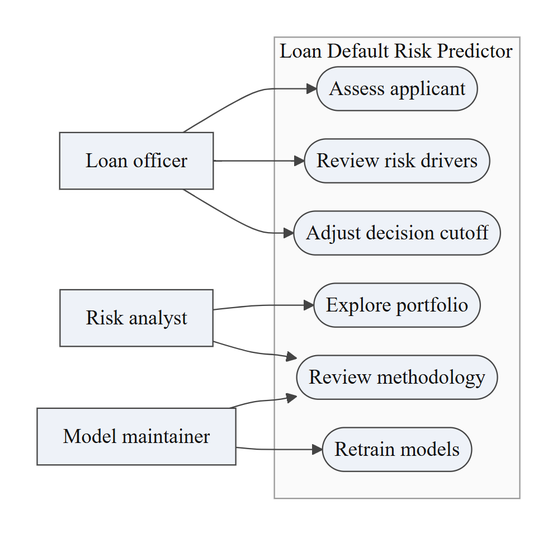
This is report/assets/figures/fig-3-6-usecase.png from gursimrannkaurr/credoscore, a Mermaid export, as it was before one commit. Its source is kept beside it as report/diagrams/fig-3-6-usecase.mmd.
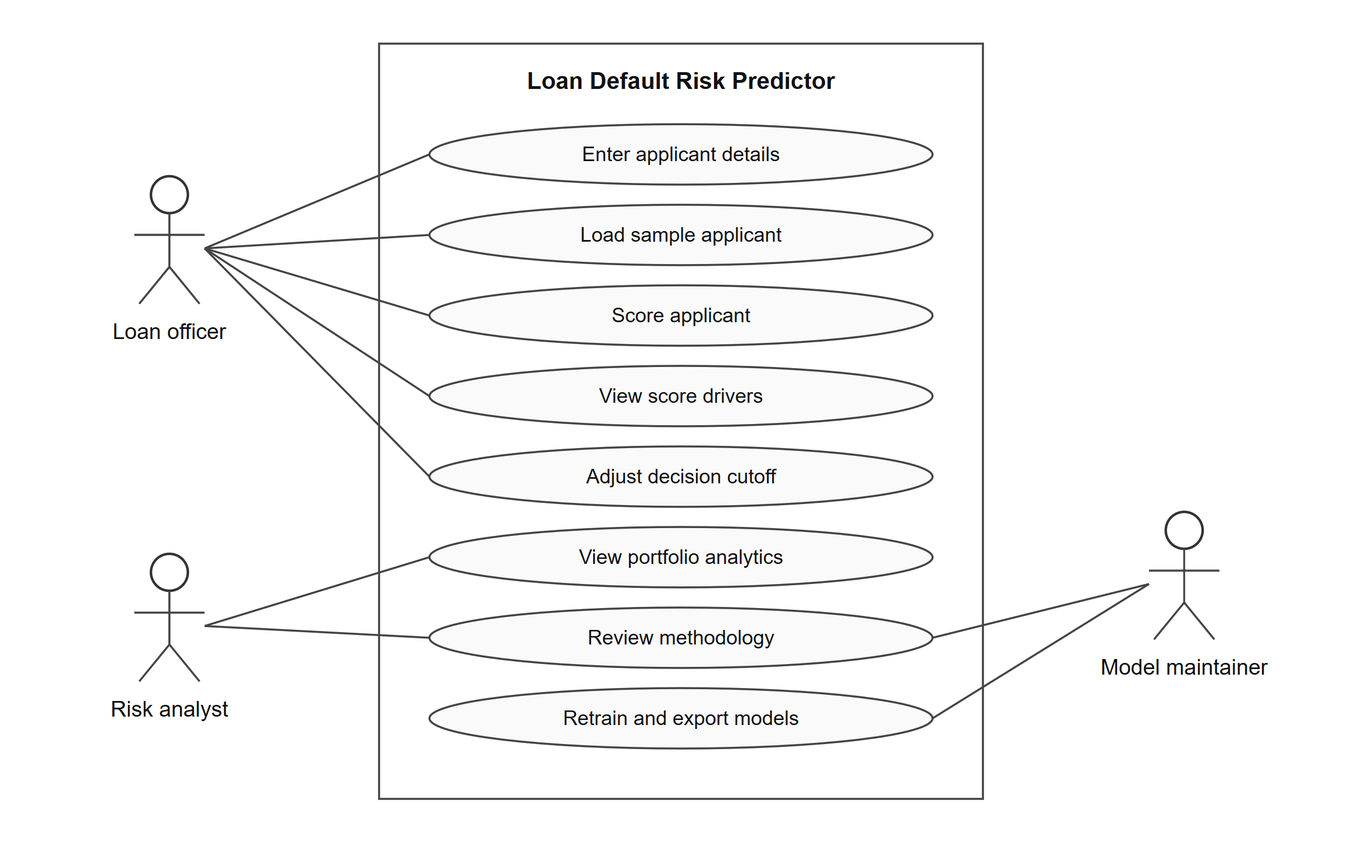
The same diagram one commit later.

Diff of the diagram source:
```diff
@@ -1,19 +1,34 @@
 flowchart LR
- L[Loan officer]
- R[Risk analyst]
- M[Model maintainer]
- subgraph S[Loan Default Risk Predictor]
- U1([Assess applicant])
- U2([Review risk drivers])
- U3([Adjust decision cutoff])
- U4([Explore portfolio])
- U5([Review methodology])
- U6([Retrain models])
- end
- L --- U1
- L --- U2
- L --- U3
- R --- U4
- R --- U5
- M --- U5
- M --- U6
+    LO(["Loan officer"])
+    RA(["Risk analyst"])
+    MM(["Model maintainer"])
+
+    subgraph System["Loan Default Risk Predictor"]
+        UC1(["Enter applicant details"])
+        UC2(["Load sample file"])
+        UC3(["Score applicant"])
+        UC4(["View score drivers"])
+        UC5(["Run what-if on cutoff"])
+        UC6(["View portfolio analytics"])
+        UC7(["Review methodology"])
+        UC8(["Retrain and export model"])
+    end
+
+    LO --> UC1
+    LO --> UC2
+    LO --> UC3
+    LO --> UC4
+    LO --> UC5
+
+    RA --> UC6
+    RA --> UC7
+
+    MM --> UC8
+    MM --> UC7
+
+    classDef root fill:#FDE9D9,stroke:#C55A11,stroke-width:1.5px;
+    classDef mid fill:#DCE6F1,stroke:#2F5597,stroke-width:1.5px;
+    classDef leaf fill:#E2EFDA,stroke:#548235,stroke-width:1.5px;
+
+    class LO,RA,MM mid
+    class UC1,UC2,UC3,UC4,UC5,UC6,UC7,UC8 leaf
```
